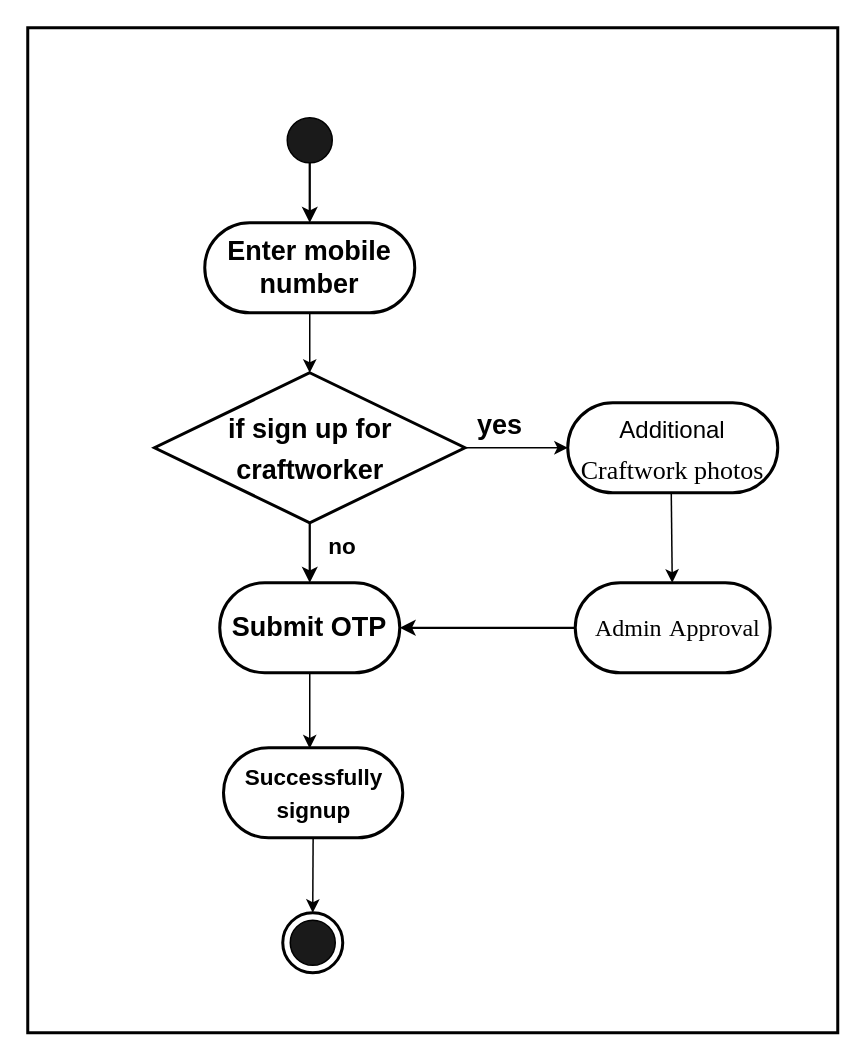
Earlier version of the draw.io diagram page "Page-1" (1 of 5) of activity_diagram.drawio (Fatema-A-Ferdaus/se231). Source tidied: cells renumbered, new cells numbered last; positions are measured from the earlier drawing's top-left corner, leaving out a move shared by most shapes. Both pictures are drawn from the tidied source at 150%, with x=0, y=0 at pixel (27, 27).
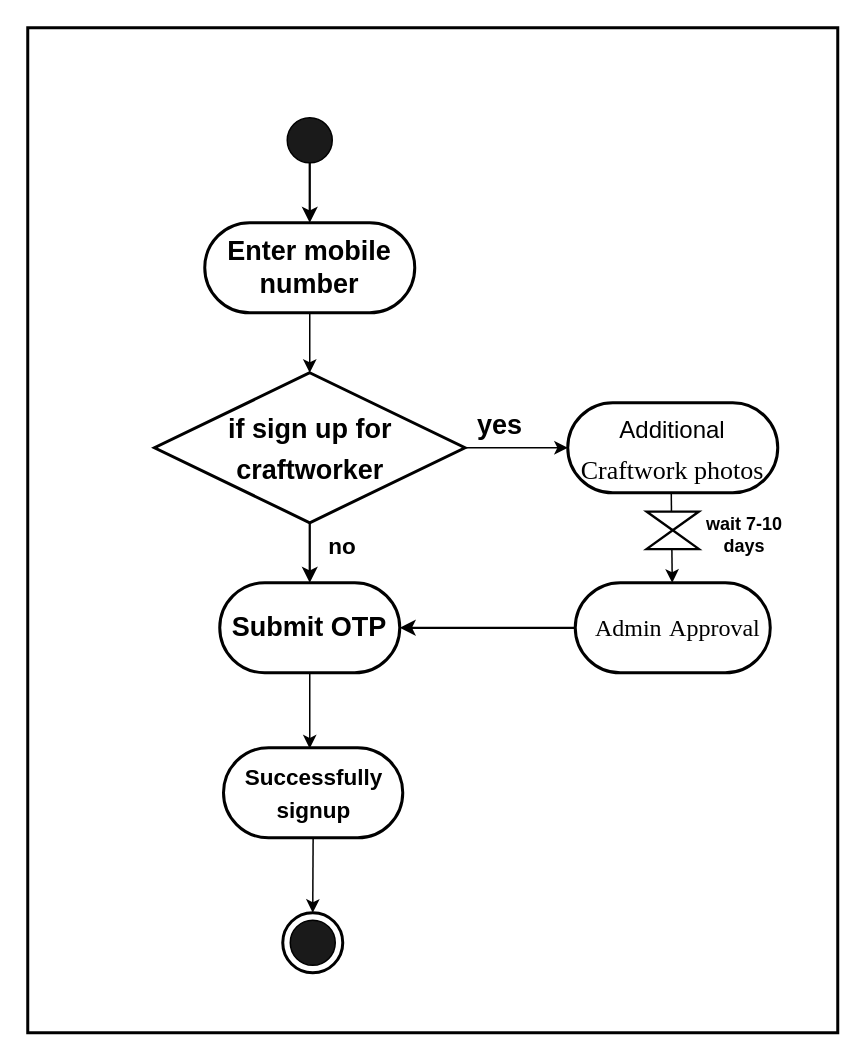
Above is the later version.

The edit, as a diff of the source:
```diff
@@
+    <mxCell id="22" style="shape=collate;whiteSpace=wrap;html=1;rotation=0;strokeWidth=1.5;" parent="1" vertex="1">
+      <mxGeometry x="412.5" y="322.5" width="35" height="25" as="geometry" />
+    </mxCell>
+    <mxCell id="23" value="&lt;b&gt;wait 7-10 days&lt;/b&gt;" style="text;html=1;strokeColor=none;fillColor=none;align=center;verticalAlign=middle;whiteSpace=wrap;rounded=0;" parent="1" vertex="1">
+      <mxGeometry x="447.5" y="322.5" width="60" height="30" as="geometry" />
+    </mxCell>
```
